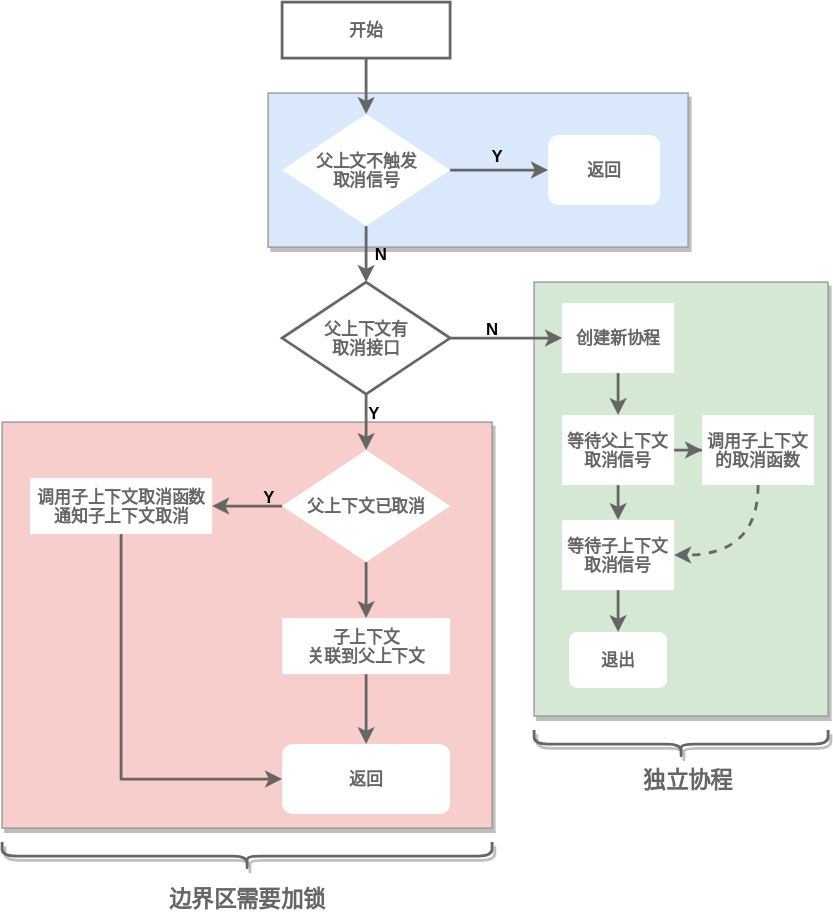
pycer/note keeps this draw.io diagram as golang/assets/propagatecancel.drawio.svg. Above is the earlier version. Source tidied: cells renumbered, new cells last; positions are measured from the earlier drawing's top-left corner, leaving out a move shared by most shapes. Source of this version:
```xml
<mxGraphModel>
  <root>
    <mxCell id="0" />
    <mxCell id="1" parent="0" />
    <mxCell id="2" style="rounded=0;whiteSpace=wrap;html=1;shadow=1;strokeColor=#999999;fillColor=#dae8fc;" parent="1" vertex="1">
      <mxGeometry x="190" y="65" width="300" height="110" as="geometry" />
    </mxCell>
    <mxCell id="3" style="rounded=0;whiteSpace=wrap;html=1;strokeColor=#999999;fillColor=#f8cecc;shadow=1;" parent="1" vertex="1">
      <mxGeometry y="300" width="350" height="290" as="geometry" />
    </mxCell>
    <mxCell id="4" style="rounded=0;whiteSpace=wrap;html=1;fillColor=#d5e8d4;strokeColor=#999999;shadow=1;" parent="1" vertex="1">
      <mxGeometry x="380" y="200" width="210" height="310" as="geometry" />
    </mxCell>
    <mxCell id="5" style="edgeStyle=orthogonalEdgeStyle;rounded=0;jettySize=auto;html=1;strokeWidth=2;strokeColor=#666666;" parent="1" edge="1" source="6" target="8">
      <mxGeometry relative="1" as="geometry" />
    </mxCell>
    <mxCell id="6" value="&lt;b&gt;&lt;font color=&quot;#666666&quot;&gt;开始&lt;/font&gt;&lt;/b&gt;" style="rounded=0;whiteSpace=wrap;html=1;strokeWidth=2;strokeColor=#666666;" parent="1" vertex="1">
      <mxGeometry x="200" width="120" height="40" as="geometry" />
    </mxCell>
    <mxCell id="7" style="edgeStyle=orthogonalEdgeStyle;rounded=0;jettySize=auto;html=1;strokeWidth=2;strokeColor=#666666;" parent="1" edge="1" source="8">
      <mxGeometry relative="1" as="geometry">
        <mxPoint x="260" y="200" as="targetPoint" />
      </mxGeometry>
    </mxCell>
    <mxCell id="8" value="&lt;b&gt;&lt;font color=&quot;#666666&quot;&gt;父上文不触发&lt;br&gt;取消信号&lt;/font&gt;&lt;br&gt;&lt;/b&gt;" style="rhombus;whiteSpace=wrap;html=1;strokeColor=none;" parent="1" vertex="1">
      <mxGeometry x="200" y="80" width="120" height="80" as="geometry" />
    </mxCell>
    <mxCell id="9" style="edgeStyle=orthogonalEdgeStyle;rounded=0;jettySize=auto;html=1;strokeWidth=2;strokeColor=#666666;" parent="1" edge="1" source="11" target="14">
      <mxGeometry relative="1" as="geometry" />
    </mxCell>
    <mxCell id="10" style="edgeStyle=orthogonalEdgeStyle;rounded=0;jettySize=auto;html=1;entryX=0;entryY=0.5;entryDx=0;entryDy=0;strokeWidth=2;strokeColor=#666666;" parent="1" edge="1" source="11" target="19">
      <mxGeometry relative="1" as="geometry" />
    </mxCell>
    <mxCell id="11" value="&lt;b&gt;&lt;font color=&quot;#666666&quot;&gt;父上下文有&lt;br&gt;取消接口&lt;/font&gt;&lt;br&gt;&lt;/b&gt;" style="rhombus;whiteSpace=wrap;html=1;strokeWidth=2;strokeColor=#666666;" parent="1" vertex="1">
      <mxGeometry x="200" y="200" width="120" height="80" as="geometry" />
    </mxCell>
    <mxCell id="12" style="edgeStyle=orthogonalEdgeStyle;rounded=0;jettySize=auto;html=1;strokeColor=#666666;strokeWidth=2;" parent="1" edge="1" source="14" target="16">
      <mxGeometry relative="1" as="geometry" />
    </mxCell>
    <mxCell id="13" style="edgeStyle=orthogonalEdgeStyle;curved=1;rounded=0;jettySize=auto;html=1;entryX=1;entryY=0.5;entryDx=0;entryDy=0;strokeColor=#666666;strokeWidth=2;" parent="1" edge="1" source="14" target="33">
      <mxGeometry relative="1" as="geometry" />
    </mxCell>
    <mxCell id="14" value="&lt;b&gt;&lt;font color=&quot;#666666&quot;&gt;父上下文已取消&lt;/font&gt;&lt;br&gt;&lt;/b&gt;" style="rhombus;whiteSpace=wrap;html=1;strokeColor=none;" parent="1" vertex="1">
      <mxGeometry x="200" y="320" width="120" height="80" as="geometry" />
    </mxCell>
    <mxCell id="15" style="edgeStyle=orthogonalEdgeStyle;rounded=0;jettySize=auto;html=1;strokeColor=#666666;strokeWidth=2;" parent="1" edge="1" source="16" target="17">
      <mxGeometry relative="1" as="geometry" />
    </mxCell>
    <mxCell id="16" value="&lt;b&gt;&lt;font color=&quot;#666666&quot;&gt;子上下文&lt;br&gt;关联到父上下文&lt;/font&gt;&lt;/b&gt;" style="rounded=0;whiteSpace=wrap;html=1;strokeColor=none;" parent="1" vertex="1">
      <mxGeometry x="200" y="440" width="120" height="40" as="geometry" />
    </mxCell>
    <mxCell id="17" value="&lt;b&gt;&lt;font color=&quot;#666666&quot;&gt;返回&lt;/font&gt;&lt;/b&gt;" style="rounded=1;whiteSpace=wrap;html=1;strokeColor=none;" parent="1" vertex="1">
      <mxGeometry x="200" y="530" width="120" height="50" as="geometry" />
    </mxCell>
    <mxCell id="18" style="edgeStyle=orthogonalEdgeStyle;rounded=0;jettySize=auto;html=1;strokeWidth=2;strokeColor=#666666;" parent="1" edge="1" source="19" target="22">
      <mxGeometry relative="1" as="geometry" />
    </mxCell>
    <mxCell id="19" value="&lt;b&gt;&lt;font color=&quot;#666666&quot;&gt;创建新协程&lt;/font&gt;&lt;/b&gt;" style="rounded=0;whiteSpace=wrap;html=1;strokeColor=none;" parent="1" vertex="1">
      <mxGeometry x="400" y="215" width="80" height="50" as="geometry" />
    </mxCell>
    <mxCell id="20" style="edgeStyle=orthogonalEdgeStyle;rounded=0;jettySize=auto;html=1;strokeWidth=2;strokeColor=#666666;" parent="1" edge="1" source="22" target="25">
      <mxGeometry relative="1" as="geometry" />
    </mxCell>
    <mxCell id="21" style="edgeStyle=orthogonalEdgeStyle;rounded=0;jettySize=auto;html=1;strokeWidth=2;strokeColor=#666666;" parent="1" edge="1" source="22" target="23">
      <mxGeometry relative="1" as="geometry" />
    </mxCell>
    <mxCell id="22" value="&lt;b&gt;&lt;font color=&quot;#666666&quot;&gt;等待父上下文取消信号&lt;/font&gt;&lt;/b&gt;" style="rounded=0;whiteSpace=wrap;html=1;strokeColor=none;" parent="1" vertex="1">
      <mxGeometry x="400" y="295" width="80" height="50" as="geometry" />
    </mxCell>
    <mxCell id="23" value="&lt;b&gt;&lt;font color=&quot;#666666&quot;&gt;调用子上下文的取消函数&lt;/font&gt;&lt;/b&gt;" style="rounded=0;whiteSpace=wrap;html=1;strokeColor=none;" parent="1" vertex="1">
      <mxGeometry x="500" y="295" width="80" height="50" as="geometry" />
    </mxCell>
    <mxCell id="24" style="edgeStyle=none;rounded=0;jettySize=auto;html=1;strokeWidth=2;strokeColor=#666666;" parent="1" edge="1" source="25">
      <mxGeometry relative="1" as="geometry">
        <mxPoint x="440" y="450" as="targetPoint" />
      </mxGeometry>
    </mxCell>
    <mxCell id="25" value="&lt;b&gt;&lt;font color=&quot;#666666&quot;&gt;等待子上下文取消信号&lt;/font&gt;&lt;/b&gt;" style="rounded=0;whiteSpace=wrap;html=1;strokeColor=none;" parent="1" vertex="1">
      <mxGeometry x="400" y="370" width="80" height="50" as="geometry" />
    </mxCell>
    <mxCell id="26" style="endArrow=classic;html=1;exitX=0.5;exitY=1;exitDx=0;exitDy=0;entryX=1;entryY=0.5;entryDx=0;entryDy=0;edgeStyle=orthogonalEdgeStyle;curved=1;dashed=1;strokeWidth=2;strokeColor=#666666;" parent="1" edge="1" source="23" target="25">
      <mxGeometry relative="1" as="geometry" />
    </mxCell>
    <mxCell id="27" value="&lt;b&gt;N&lt;/b&gt;" style="text;html=1;strokeColor=none;fillColor=none;align=center;verticalAlign=middle;whiteSpace=wrap;rounded=0;" parent="1" vertex="1">
      <mxGeometry x="338.5" y="225" width="23" height="15" as="geometry" />
    </mxCell>
    <mxCell id="28" value="&lt;b&gt;Y&lt;/b&gt;" style="text;html=1;strokeColor=none;fillColor=none;align=center;verticalAlign=middle;whiteSpace=wrap;rounded=0;" parent="1" vertex="1">
      <mxGeometry x="333" y="100" width="40" height="20" as="geometry" />
    </mxCell>
    <mxCell id="29" value="&lt;b&gt;Y&lt;/b&gt;" style="text;html=1;strokeColor=none;fillColor=none;align=center;verticalAlign=middle;whiteSpace=wrap;rounded=0;" parent="1" vertex="1">
      <mxGeometry x="250" y="285" width="30" height="15" as="geometry" />
    </mxCell>
    <mxCell id="30" value="&lt;b&gt;Y&lt;/b&gt;" style="text;html=1;strokeColor=none;fillColor=none;align=center;verticalAlign=middle;whiteSpace=wrap;rounded=0;" parent="1" vertex="1">
      <mxGeometry x="170" y="345" width="40" height="15" as="geometry" />
    </mxCell>
    <mxCell id="31" value="&lt;b&gt;N&lt;/b&gt;" style="text;html=1;strokeColor=none;fillColor=none;align=center;verticalAlign=middle;whiteSpace=wrap;rounded=0;" parent="1" vertex="1">
      <mxGeometry x="260" y="175" width="20" height="10" as="geometry" />
    </mxCell>
    <mxCell id="32" style="rounded=0;jettySize=auto;html=1;entryX=0;entryY=0.5;entryDx=0;entryDy=0;strokeColor=#666666;strokeWidth=2;" parent="1" edge="1" source="33" target="17">
      <mxGeometry relative="1" as="geometry">
        <Array as="points">
          <mxPoint x="85" y="555" />
        </Array>
      </mxGeometry>
    </mxCell>
    <mxCell id="33" value="&lt;b&gt;&lt;font color=&quot;#666666&quot;&gt;调用子上下文取消函数&lt;br&gt;通知子上下文取消&lt;/font&gt;&lt;/b&gt;" style="rounded=0;whiteSpace=wrap;html=1;strokeColor=none;" parent="1" vertex="1">
      <mxGeometry x="20" y="340" width="130" height="40" as="geometry" />
    </mxCell>
    <mxCell id="34" value="&lt;b&gt;&lt;font color=&quot;#666666&quot;&gt;退出&lt;/font&gt;&lt;/b&gt;" style="rounded=1;whiteSpace=wrap;html=1;strokeColor=none;" parent="1" vertex="1">
      <mxGeometry x="405" y="450" width="70" height="40" as="geometry" />
    </mxCell>
    <mxCell id="35" value="&lt;b&gt;&lt;font color=&quot;#666666&quot;&gt;返回&lt;/font&gt;&lt;/b&gt;" style="rounded=1;whiteSpace=wrap;html=1;strokeColor=none;" parent="1" vertex="1">
      <mxGeometry x="390" y="95" width="80" height="50" as="geometry" />
    </mxCell>
    <mxCell id="36" style="endArrow=classic;html=1;entryX=0;entryY=0.5;entryDx=0;entryDy=0;exitX=1;exitY=0.5;exitDx=0;exitDy=0;strokeWidth=2;strokeColor=#666666;" parent="1" edge="1" source="8" target="35">
      <mxGeometry relative="1" as="geometry" />
    </mxCell>
    <mxCell id="37" style="shape=curlyBracket;whiteSpace=wrap;html=1;rounded=1;shadow=1;strokeColor=#666666;strokeWidth=2;direction=north;" parent="1" vertex="1">
      <mxGeometry y="600" width="350" height="20" as="geometry" />
    </mxCell>
    <mxCell id="38" value="&lt;b&gt;&lt;font color=&quot;#666666&quot; style=&quot;font-size: 16px&quot;&gt;边界区需要加锁&lt;br&gt;&lt;/font&gt;&lt;/b&gt;" style="text;html=1;strokeColor=none;fillColor=none;align=center;verticalAlign=middle;whiteSpace=wrap;rounded=0;shadow=1;" parent="1" vertex="1">
      <mxGeometry x="103.5" y="630" width="143" height="20" as="geometry" />
    </mxCell>
    <mxCell id="39" style="shape=curlyBracket;whiteSpace=wrap;html=1;rounded=1;shadow=1;strokeColor=#666666;strokeWidth=2;direction=north;" parent="1" vertex="1">
      <mxGeometry x="380" y="520" width="210" height="20" as="geometry" />
    </mxCell>
    <mxCell id="40" value="&lt;b&gt;&lt;font color=&quot;#666666&quot; style=&quot;font-size: 16px&quot;&gt;独立协程&lt;br&gt;&lt;/font&gt;&lt;/b&gt;" style="text;html=1;strokeColor=none;fillColor=none;align=center;verticalAlign=middle;whiteSpace=wrap;rounded=0;shadow=1;" parent="1" vertex="1">
      <mxGeometry x="418.5" y="545" width="143" height="20" as="geometry" />
    </mxCell>
  </root>
</mxGraphModel>
```
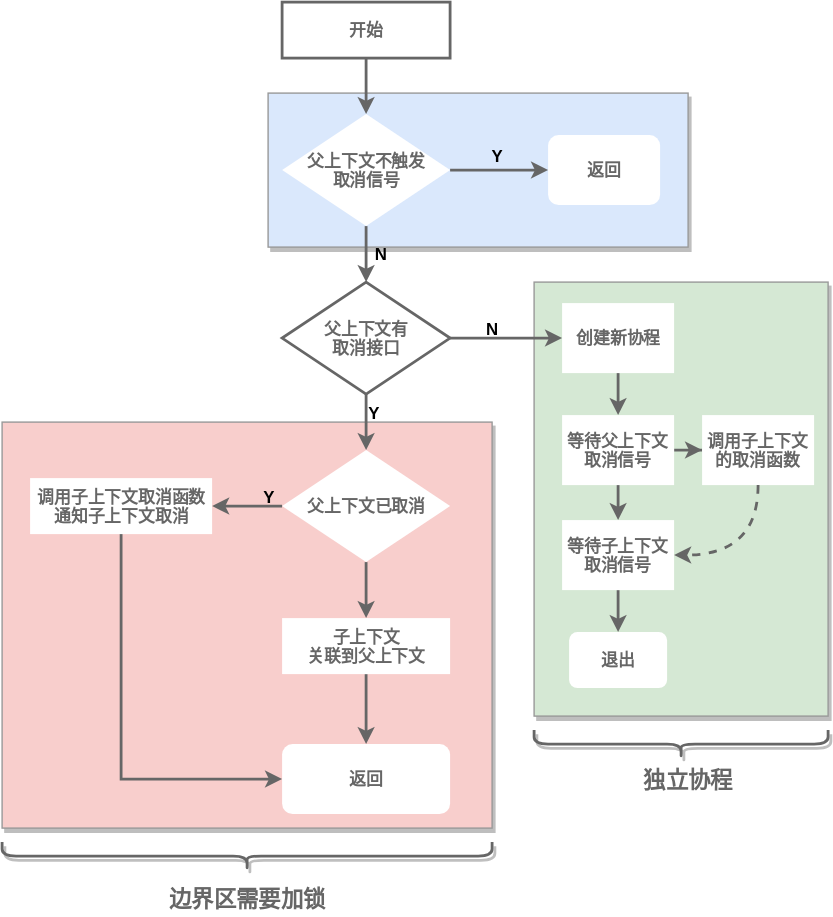
After the commit.

Commit message:
[Golang] context修改

The edit, as a diff of the source:
```diff
@@ -22,7 +22,7 @@
         <mxPoint x="260" y="200" as="targetPoint" />
       </mxGeometry>
     </mxCell>
-    <mxCell id="8" value="&lt;b&gt;&lt;font color=&quot;#666666&quot;&gt;父上文不触发&lt;br&gt;取消信号&lt;/font&gt;&lt;br&gt;&lt;/b&gt;" style="rhombus;whiteSpace=wrap;html=1;strokeColor=none;" parent="1" vertex="1">
+    <mxCell id="8" value="&lt;b&gt;&lt;font color=&quot;#666666&quot;&gt;父上下文不触发&lt;br&gt;取消信号&lt;/font&gt;&lt;br&gt;&lt;/b&gt;" style="rhombus;whiteSpace=wrap;html=1;strokeColor=none;" parent="1" vertex="1">
       <mxGeometry x="200" y="80" width="120" height="80" as="geometry" />
     </mxCell>
     <mxCell id="9" style="edgeStyle=orthogonalEdgeStyle;rounded=0;jettySize=auto;html=1;strokeWidth=2;strokeColor=#666666;" parent="1" edge="1" source="11" target="14">
```
